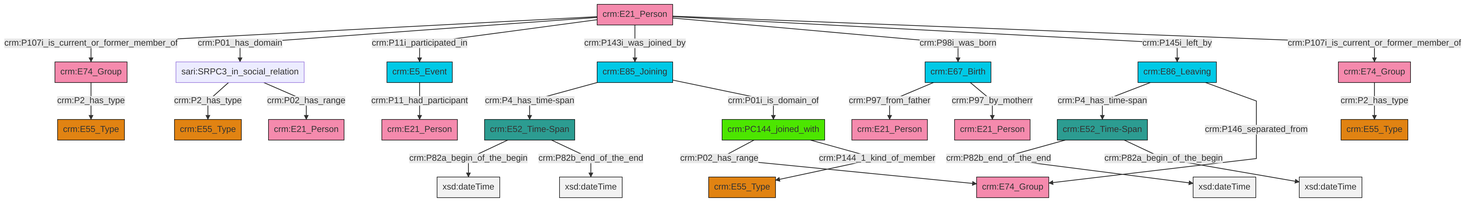
Before: et/personCSV/ttl/mmd/png/Person_Actor_Relations.png, a diagram exported from Mermaid (swiss-art-research-net/docs.swissartresearch). Its source is kept beside it as et/personCSV/ttl/mmd/Person_Actor_Relations.ttl.mmd.
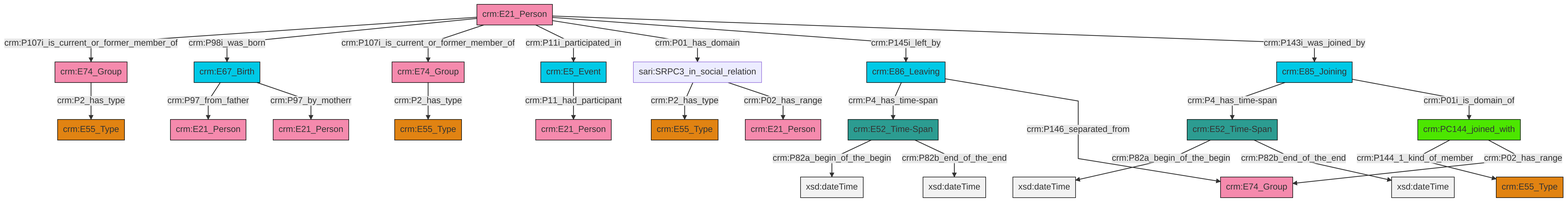
Later version of the same file.

Change to the diagram source:
```diff
@@ -13,27 +13,27 @@
 classDef PC_Classes fill:#4ce600, stroke:#000000;
 classDef Multi fill:#cccccc,stroke:#000000;
 
-0["crm:E85_Joining"]:::Temporal_Entity -->|crm:P4_has_time-span| 1["crm:E52_Time-Span"]:::Time-Span
-4["crm:E21_Person"]:::Actor -->|crm:P107i_is_current_or_former_member_of| 6["crm:E74_Group"]:::Actor
-6["crm:E74_Group"]:::Actor -->|crm:P2_has_type| 7["crm:E55_Type"]:::Type
-4["crm:E21_Person"]:::Actor -->|crm:P01_has_domain| 12["sari:SRPC3_in_social_relation"]:::Default
-14["crm:E74_Group"]:::Actor -->|crm:P2_has_type| 15["crm:E55_Type"]:::Type
-4["crm:E21_Person"]:::Actor -->|crm:P11i_participated_in| 16["crm:E5_Event"]:::Temporal_Entity
-17["crm:E86_Leaving"]:::Temporal_Entity -->|crm:P4_has_time-span| 19["crm:E52_Time-Span"]:::Time-Span
-19["crm:E52_Time-Span"]:::Time-Span -->|crm:P82b_end_of_the_end| 20[xsd:dateTime]:::Literal
-19["crm:E52_Time-Span"]:::Time-Span -->|crm:P82a_begin_of_the_begin| 22[xsd:dateTime]:::Literal
-25["crm:E67_Birth"]:::Temporal_Entity -->|crm:P97_from_father| 29["crm:E21_Person"]:::Actor
-25["crm:E67_Birth"]:::Temporal_Entity -->|crm:P97_by_motherr| 32["crm:E21_Person"]:::Actor
-17["crm:E86_Leaving"]:::Temporal_Entity -->|crm:P146_separated_from| 2["crm:E74_Group"]:::Actor
-16["crm:E5_Event"]:::Temporal_Entity -->|crm:P11_had_participant| 23["crm:E21_Person"]:::Actor
-4["crm:E21_Person"]:::Actor -->|crm:P143i_was_joined_by| 0["crm:E85_Joining"]:::Temporal_Entity
-4["crm:E21_Person"]:::Actor -->|crm:P98i_was_born| 25["crm:E67_Birth"]:::Temporal_Entity
-0["crm:E85_Joining"]:::Temporal_Entity -->|crm:P01i_is_domain_of| 35["crm:PC144_joined_with"]:::PC_Classes
-12["sari:SRPC3_in_social_relation"]:::Default -->|crm:P2_has_type| 36["crm:E55_Type"]:::Type
-4["crm:E21_Person"]:::Actor -->|crm:P145i_left_by| 17["crm:E86_Leaving"]:::Temporal_Entity
-35["crm:PC144_joined_with"]:::PC_Classes -->|crm:P02_has_range| 2["crm:E74_Group"]:::Actor
-1["crm:E52_Time-Span"]:::Time-Span -->|crm:P82a_begin_of_the_begin| 39[xsd:dateTime]:::Literal
-12["sari:SRPC3_in_social_relation"]:::Default -->|crm:P02_has_range| 10["crm:E21_Person"]:::Actor
-1["crm:E52_Time-Span"]:::Time-Span -->|crm:P82b_end_of_the_end| 41[xsd:dateTime]:::Literal
-4["crm:E21_Person"]:::Actor -->|crm:P107i_is_current_or_former_member_of| 14["crm:E74_Group"]:::Actor
-35["crm:PC144_joined_with"]:::PC_Classes -->|crm:P144_1_kind_of_member| 27["crm:E55_Type"]:::Type
+0["crm:E21_Person"]:::Actor -->|crm:P107i_is_current_or_former_member_of| 1["crm:E74_Group"]:::Actor
+0["crm:E21_Person"]:::Actor -->|crm:P98i_was_born| 2["crm:E67_Birth"]:::Temporal_Entity
+3["crm:PC144_joined_with"]:::PC_Classes -->|crm:P144_1_kind_of_member| 4["crm:E55_Type"]:::Type
+0["crm:E21_Person"]:::Actor -->|crm:P107i_is_current_or_former_member_of| 5["crm:E74_Group"]:::Actor
+0["crm:E21_Person"]:::Actor -->|crm:P11i_participated_in| 6["crm:E5_Event"]:::Temporal_Entity
+2["crm:E67_Birth"]:::Temporal_Entity -->|crm:P97_from_father| 9["crm:E21_Person"]:::Actor
+12["crm:E52_Time-Span"]:::Time-Span -->|crm:P82a_begin_of_the_begin| 13[xsd:dateTime]:::Literal
+10["crm:E52_Time-Span"]:::Time-Span -->|crm:P82a_begin_of_the_begin| 14[xsd:dateTime]:::Literal
+0["crm:E21_Person"]:::Actor -->|crm:P01_has_domain| 16["sari:SRPC3_in_social_relation"]:::Default
+0["crm:E21_Person"]:::Actor -->|crm:P145i_left_by| 19["crm:E86_Leaving"]:::Temporal_Entity
+6["crm:E5_Event"]:::Temporal_Entity -->|crm:P11_had_participant| 20["crm:E21_Person"]:::Actor
+16["sari:SRPC3_in_social_relation"]:::Default -->|crm:P2_has_type| 21["crm:E55_Type"]:::Type
+16["sari:SRPC3_in_social_relation"]:::Default -->|crm:P02_has_range| 17["crm:E21_Person"]:::Actor
+12["crm:E52_Time-Span"]:::Time-Span -->|crm:P82b_end_of_the_end| 27[xsd:dateTime]:::Literal
+10["crm:E52_Time-Span"]:::Time-Span -->|crm:P82b_end_of_the_end| 29[xsd:dateTime]:::Literal
+30["crm:E85_Joining"]:::Temporal_Entity -->|crm:P4_has_time-span| 10["crm:E52_Time-Span"]:::Time-Span
+30["crm:E85_Joining"]:::Temporal_Entity -->|crm:P01i_is_domain_of| 3["crm:PC144_joined_with"]:::PC_Classes
+5["crm:E74_Group"]:::Actor -->|crm:P2_has_type| 7["crm:E55_Type"]:::Type
+19["crm:E86_Leaving"]:::Temporal_Entity -->|crm:P4_has_time-span| 12["crm:E52_Time-Span"]:::Time-Span
+1["crm:E74_Group"]:::Actor -->|crm:P2_has_type| 31["crm:E55_Type"]:::Type
+19["crm:E86_Leaving"]:::Temporal_Entity -->|crm:P146_separated_from| 22["crm:E74_Group"]:::Actor
+2["crm:E67_Birth"]:::Temporal_Entity -->|crm:P97_by_motherr| 36["crm:E21_Person"]:::Actor
+0["crm:E21_Person"]:::Actor -->|crm:P143i_was_joined_by| 30["crm:E85_Joining"]:::Temporal_Entity
+3["crm:PC144_joined_with"]:::PC_Classes -->|crm:P02_has_range| 22["crm:E74_Group"]:::Actor
```
